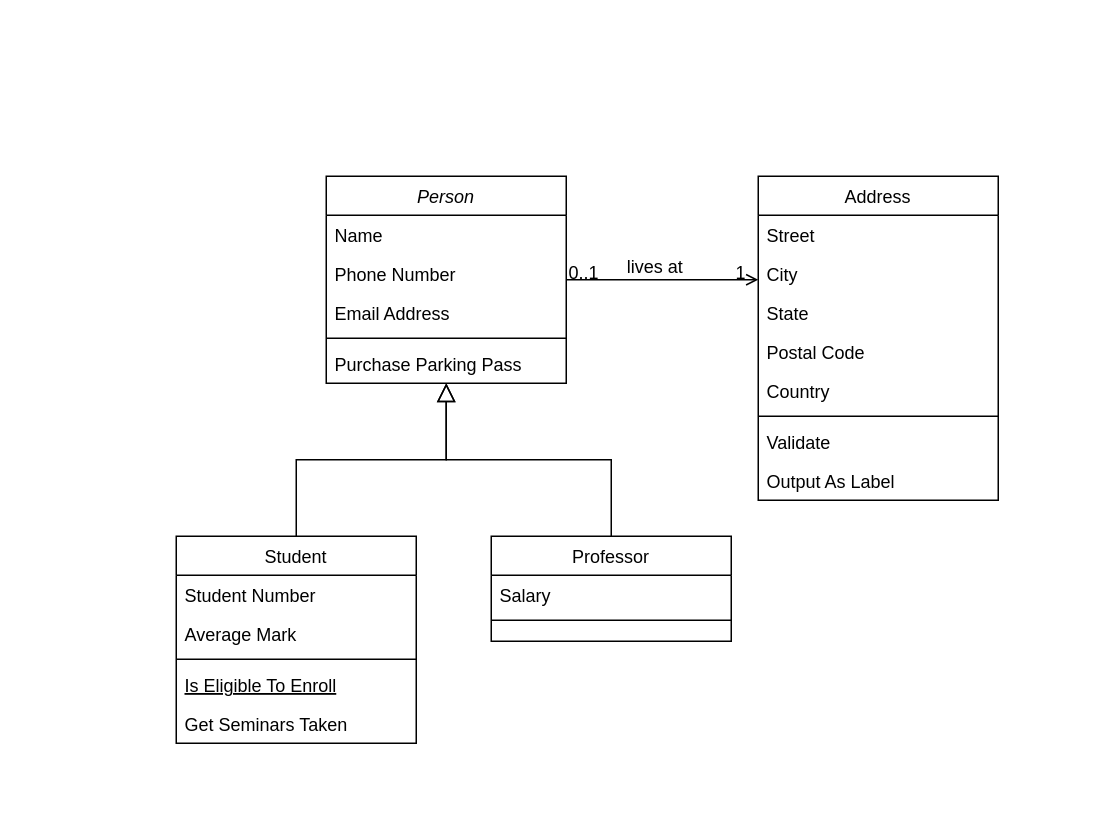
The draw.io diagram UML/第三方接口设计.drawio in whjysh/easyok_design, before the edit. Source tidied: cells renumbered, new cells numbered last; positions are measured from the earlier drawing's top-left corner, leaving out a move shared by most shapes. Both pictures are drawn from the tidied source at 150%, with x=0, y=0 at pixel (176, 176).
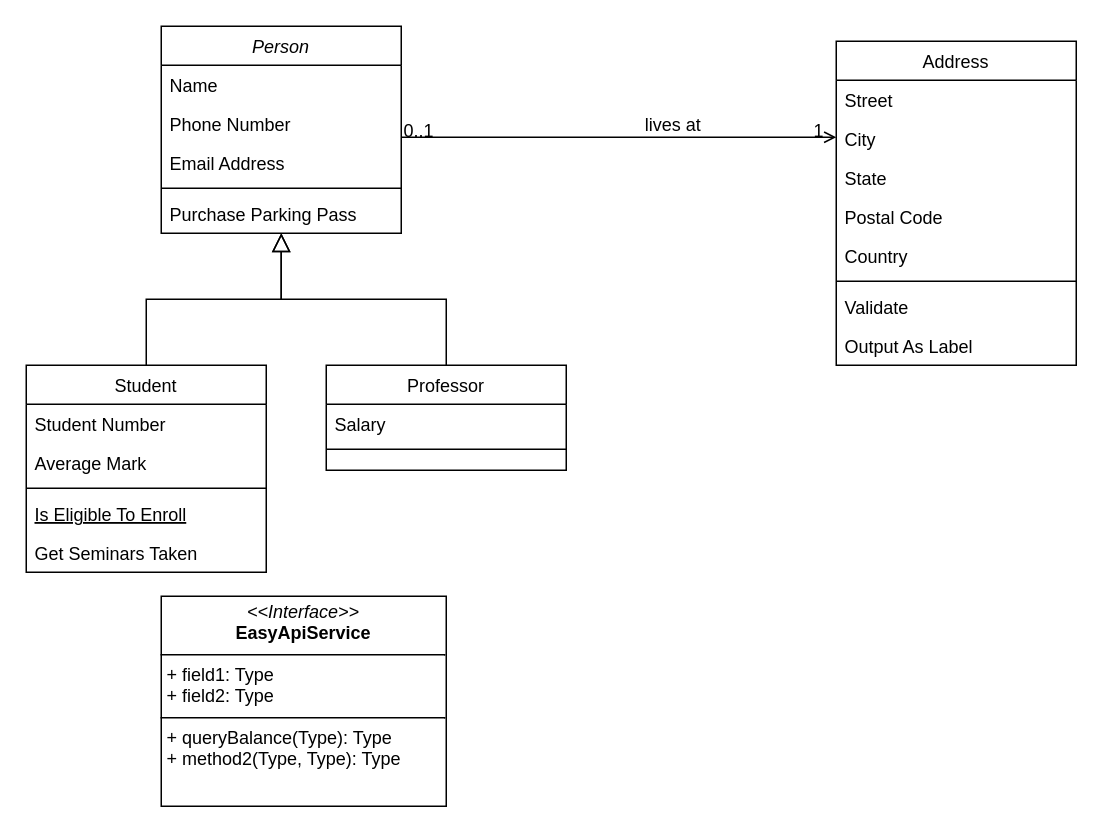
The same page after the edit.

Commit message (it also covers changes not shown here):
更新第三方接口设计.drawio

Diff of the diagram source:
```diff
@@
     <mxCell id="2" value="Person" style="swimlane;fontStyle=2;align=center;verticalAlign=top;horizontal=1;startSize=26;rounded=0;shadow=0;strokeWidth=1;" parent="1" vertex="1">
-      <mxGeometry x="100" width="160" height="138" as="geometry" />
+      <mxGeometry x="-10" y="-100" width="160" height="138" as="geometry" />
     </mxCell>
@@
     <mxCell id="8" value="Student" style="swimlane;fontStyle=0;align=center;verticalAlign=top;horizontal=1;startSize=26;rounded=0;shadow=0;strokeWidth=1;" parent="1" vertex="1">
-      <mxGeometry y="240" width="160" height="138" as="geometry" />
+      <mxGeometry x="-100" y="126" width="160" height="138" as="geometry" />
     </mxCell>
@@
     <mxCell id="15" value="Professor" style="swimlane;fontStyle=0;align=center;verticalAlign=top;horizontal=1;startSize=26;rounded=0;shadow=0;strokeWidth=1;" parent="1" vertex="1">
-      <mxGeometry x="210" y="240" width="160" height="70" as="geometry" />
+      <mxGeometry x="100" y="126" width="160" height="70" as="geometry" />
     </mxCell>
@@
     <mxCell id="19" value="Address" style="swimlane;fontStyle=0;align=center;verticalAlign=top;horizontal=1;startSize=26;rounded=0;shadow=0;strokeWidth=1;" parent="1" vertex="1">
-      <mxGeometry x="388" width="160" height="216" as="geometry" />
+      <mxGeometry x="440" y="-90" width="160" height="216" as="geometry" />
     </mxCell>
@@
+    <mxCell id="32" value="&lt;p style=&quot;margin:0px;margin-top:4px;text-align:center;&quot;&gt;&lt;i&gt;&amp;lt;&amp;lt;Interface&amp;gt;&amp;gt;&lt;/i&gt;&lt;br&gt;&lt;b&gt;EasyApiService&lt;/b&gt;&lt;/p&gt;&lt;hr size=&quot;1&quot; style=&quot;border-style:solid;&quot;&gt;&lt;p style=&quot;margin:0px;margin-left:4px;&quot;&gt;+ field1: Type&lt;br&gt;+ field2: Type&lt;/p&gt;&lt;hr size=&quot;1&quot; style=&quot;border-style:solid;&quot;&gt;&lt;p style=&quot;margin:0px;margin-left:4px;&quot;&gt;+ queryBalance(Type): Type&lt;br&gt;+ method2(Type, Type): Type&lt;/p&gt;" style="verticalAlign=top;align=left;overflow=fill;html=1;whiteSpace=wrap;" parent="1" vertex="1">
+      <mxGeometry x="-10" y="280" width="190" height="140" as="geometry" />
+    </mxCell>
```
